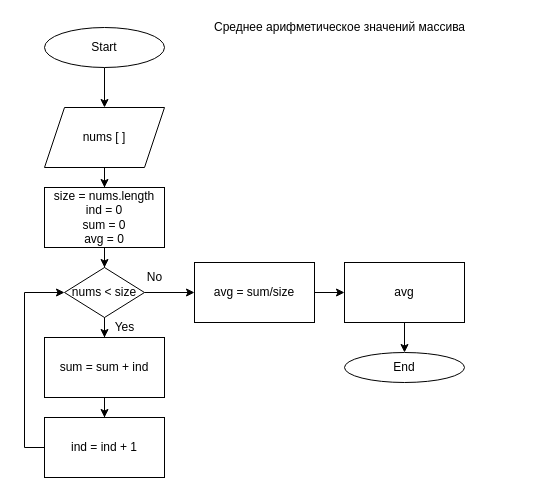
Before: page "Ср арифметическое" (4 of 5) of diagrams/Семинар 2 - массивы.drawio in BayramoV88/study, a draw.io diagram. Source tidied: cells renumbered, new cells numbered last; positions are measured from the earlier drawing's top-left corner, leaving out a move shared by most shapes. Both pictures are drawn from the tidied source at 100%, with x=0, y=0 at pixel (24, 17).
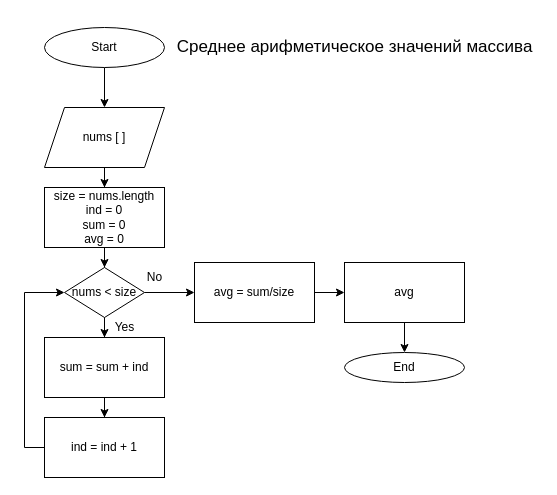
The same page after the edit.

What changed in the source:
```diff
@@
-    <mxCell id="22" value="Среднее арифметическое значений массива" style="text;html=1;align=center;verticalAlign=middle;strokeColor=none;fillColor=none;" parent="1" vertex="1">
-      <mxGeometry x="180" width="270" height="20" as="geometry" />
+    <mxCell id="22" value="&lt;font style=&quot;font-size: 17px;&quot;&gt;Среднее арифметическое значений массива&lt;/font&gt;" style="text;html=1;align=center;verticalAlign=middle;strokeColor=none;fillColor=none;" parent="1" vertex="1">
+      <mxGeometry x="145" y="20" width="370" height="20" as="geometry" />
     </mxCell>
```
